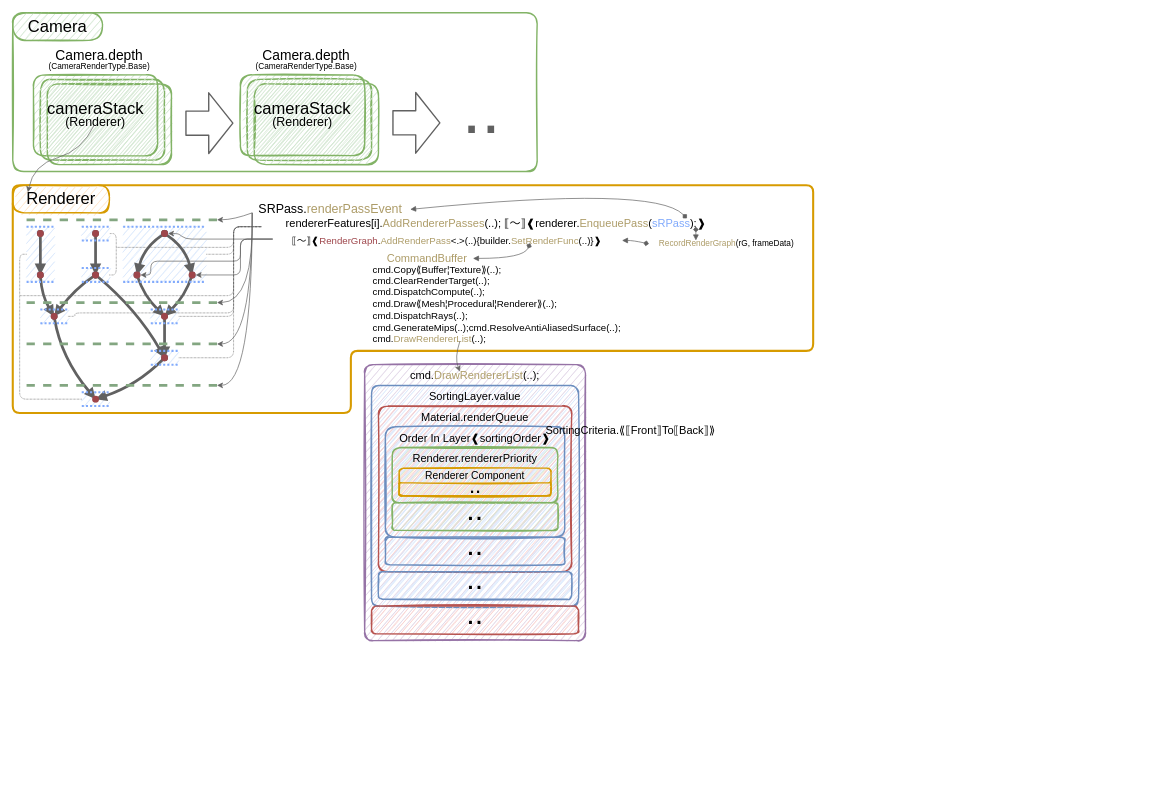
Earlier version of the draw.io diagram Unity_memo/Unityいろいろ/draw_io/Unity1/Unity1.drawio (asreia/Hub). Source tidied: cells renumbered, new cells numbered last; positions are measured from the earlier drawing's top-left corner, leaving out a move shared by most shapes. Both pictures are drawn from the tidied source at 69%, with x=0, y=0 at pixel (12, 12).
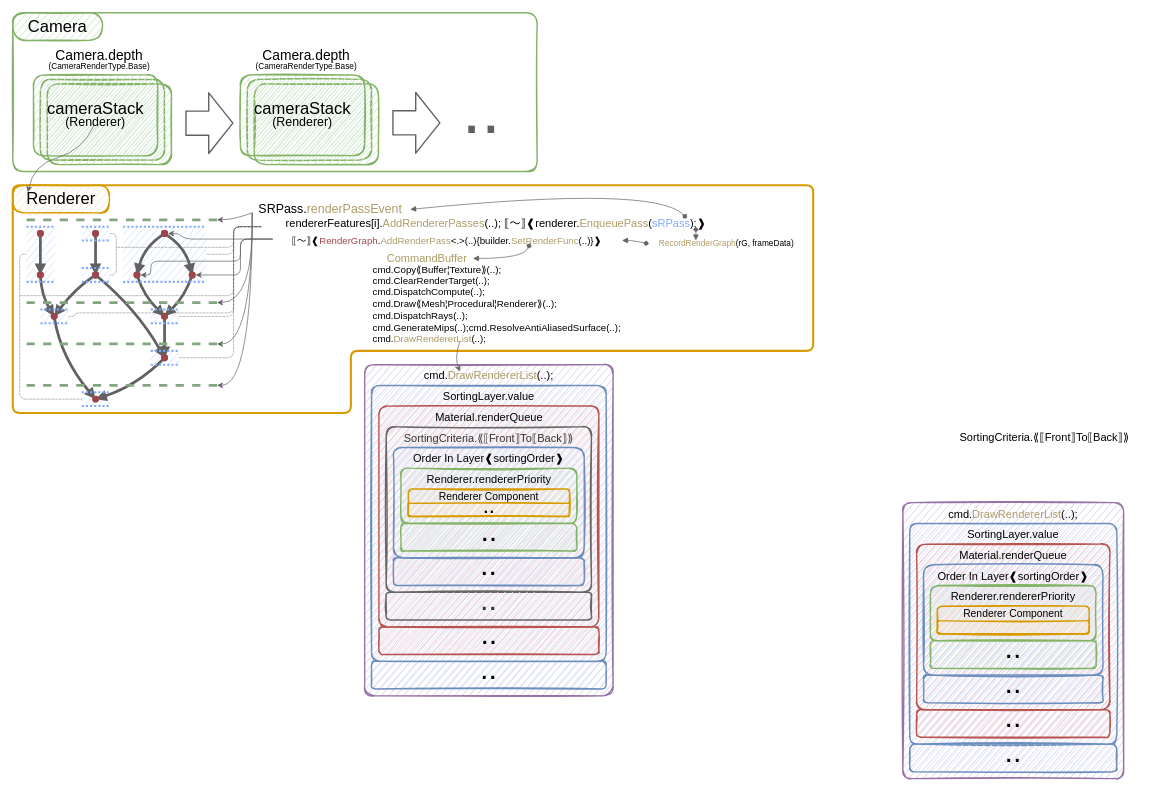
After the change.

What changed in the source:
```diff
@@
     <mxCell id="17" style="group;" parent="1" vertex="1">
-      <mxGeometry y="250" width="1160" height="330" as="geometry" />
+      <mxGeometry y="250" width="1200" height="740" as="geometry" />
     </mxCell>
@@
+    <mxCell id="113" style="group;" parent="17" vertex="1">
+      <mxGeometry x="520" y="290" width="350" height="450" as="geometry" />
+    </mxCell>
+    <mxCell id="114" style="group;" parent="113" vertex="1">
+      <mxGeometry width="350" height="450" as="geometry" />
+    </mxCell>
+    <mxCell id="115" value="cmd.&lt;font style=&quot;border-color: var(--border-color);&quot; color=&quot;#ad9c68&quot;&gt;DrawRendererList&lt;/font&gt;(..);" style="rounded=1;whiteSpace=wrap;html=1;fillColor=#e1d5e7;strokeColor=#9673a6;sketch=1;strokeWidth=2;shadow=0;fontFamily=UD デジタル 教科書体 NK-B;fontSize=16;arcSize=4;verticalAlign=top;" parent="114" vertex="1">
+      <mxGeometry x="-10" y="-30" width="360" height="480" as="geometry" />
+    </mxCell>
+    <mxCell id="116" value="SortingLayer.value" style="rounded=1;whiteSpace=wrap;html=1;fillColor=#dae8fc;strokeColor=#6c8ebf;sketch=1;strokeWidth=2;shadow=0;fontFamily=UD デジタル 教科書体 NK-B;fontSize=16;arcSize=4;verticalAlign=top;" parent="114" vertex="1">
+      <mxGeometry width="340" height="400" as="geometry" />
+    </mxCell>
+    <mxCell id="117" value="Material.renderQueue" style="rounded=1;whiteSpace=wrap;html=1;fillColor=#f8cecc;strokeColor=#b85450;sketch=1;strokeWidth=2;shadow=0;fontFamily=UD デジタル 教科書体 NK-B;fontSize=16;arcSize=4;verticalAlign=top;" parent="114" vertex="1">
+      <mxGeometry x="10.6" y="30" width="318.8" height="320" as="geometry" />
+    </mxCell>
+    <mxCell id="118" value="SortingCriteria.⟪⟦Front⟧To⟦Back⟧⟫" style="rounded=1;whiteSpace=wrap;html=1;fillColor=#f5f5f5;strokeColor=#666666;sketch=1;strokeWidth=2;shadow=0;fontFamily=UD デジタル 教科書体 NK-B;fontSize=16;verticalAlign=top;arcSize=6;fontColor=#333333;" parent="114" vertex="1">
+      <mxGeometry x="21.2" y="60" width="297.5" height="240" as="geometry" />
+    </mxCell>
+    <mxCell id="119" value="Order In Layer❰sortingOrder❱" style="rounded=1;whiteSpace=wrap;html=1;fillColor=#dae8fc;strokeColor=#6c8ebf;sketch=1;strokeWidth=2;shadow=0;fontFamily=UD デジタル 教科書体 NK-B;fontSize=16;verticalAlign=top;arcSize=9;" parent="114" vertex="1">
+      <mxGeometry x="31.9" y="90" width="276.2" height="160" as="geometry" />
+    </mxCell>
+    <mxCell id="120" value="Renderer.rendererPriority" style="rounded=1;whiteSpace=wrap;html=1;fillColor=#d5e8d4;strokeColor=#82b366;sketch=1;strokeWidth=2;shadow=0;fontFamily=UD デジタル 教科書体 NK-B;fontSize=16;verticalAlign=top;" parent="114" vertex="1">
+      <mxGeometry x="42.5" y="120" width="255" height="80" as="geometry" />
+    </mxCell>
+    <mxCell id="121" value="&lt;font style=&quot;font-size: 44px;&quot;&gt;..&lt;/font&gt;" style="rounded=1;whiteSpace=wrap;html=1;fillColor=#dae8fc;strokeColor=#6c8ebf;sketch=1;strokeWidth=2;shadow=0;fontFamily=UD デジタル 教科書体 NK-B;fontSize=16;verticalAlign=bottom;" parent="114" vertex="1">
+      <mxGeometry x="31.9" y="250" width="276.2" height="40" as="geometry" />
+    </mxCell>
+    <mxCell id="122" value="&lt;font style=&quot;font-size: 44px;&quot;&gt;..&lt;/font&gt;" style="rounded=1;whiteSpace=wrap;html=1;fillColor=#d5e8d4;strokeColor=#82b366;sketch=1;strokeWidth=2;shadow=0;fontFamily=UD デジタル 教科書体 NK-B;fontSize=16;verticalAlign=bottom;" parent="114" vertex="1">
+      <mxGeometry x="42.5" y="200" width="255" height="40" as="geometry" />
+    </mxCell>
+    <mxCell id="123" value="&lt;font style=&quot;font-size: 44px;&quot;&gt;..&lt;/font&gt;" style="rounded=1;whiteSpace=wrap;html=1;fillColor=#f5f5f5;strokeColor=#666666;sketch=1;strokeWidth=2;shadow=0;fontFamily=UD デジタル 教科書体 NK-B;fontSize=16;verticalAlign=bottom;fontColor=#333333;" parent="114" vertex="1">
+      <mxGeometry x="21.2" y="300" width="297.5" height="40" as="geometry" />
+    </mxCell>
+    <mxCell id="124" value="&lt;font style=&quot;font-size: 44px;&quot;&gt;..&lt;/font&gt;" style="rounded=1;whiteSpace=wrap;html=1;fillColor=#f8cecc;strokeColor=#b85450;sketch=1;strokeWidth=2;shadow=0;fontFamily=UD デジタル 教科書体 NK-B;fontSize=16;verticalAlign=bottom;" parent="114" vertex="1">
+      <mxGeometry x="10.6" y="350" width="318.8" height="40" as="geometry" />
+    </mxCell>
+    <mxCell id="125" value="&lt;p style=&quot;line-height: 140%;&quot;&gt;&lt;font style=&quot;font-size: 15px;&quot;&gt;Renderer Component&lt;/font&gt;&lt;/p&gt;" style="rounded=1;whiteSpace=wrap;html=1;fillColor=#ffe6cc;strokeColor=#d79b00;sketch=1;strokeWidth=2;shadow=0;fontFamily=UD デジタル 教科書体 NK-B;fontSize=16;verticalAlign=bottom;" parent="114" vertex="1">
+      <mxGeometry x="53.1" y="150" width="233.8" height="40" as="geometry" />
+    </mxCell>
+    <mxCell id="126" value="&lt;p style=&quot;line-height: 100%;&quot;&gt;&lt;br&gt;&lt;/p&gt;" style="rounded=1;whiteSpace=wrap;html=1;fillColor=#ffe6cc;strokeColor=#d79b00;sketch=1;strokeWidth=2;shadow=0;fontFamily=UD デジタル 教科書体 NK-B;fontSize=16;verticalAlign=middle;" parent="114" vertex="1">
+      <mxGeometry x="53.1" y="171" width="233.8" height="19" as="geometry" />
+    </mxCell>
+    <mxCell id="127" value="&lt;font style=&quot;font-size: 44px;&quot;&gt;..&lt;/font&gt;" style="rounded=1;whiteSpace=wrap;html=1;fillColor=#dae8fc;strokeColor=#6c8ebf;sketch=1;strokeWidth=2;shadow=0;fontFamily=UD デジタル 教科書体 NK-B;fontSize=16;verticalAlign=bottom;" parent="113" vertex="1">
+      <mxGeometry y="400" width="340" height="40" as="geometry" />
+    </mxCell>
@@
     <mxCell id="98" style="group;" parent="1" vertex="1">
-      <mxGeometry x="510" y="510" width="320" height="400" as="geometry" />
+      <mxGeometry x="1290" y="710" width="320" height="400" as="geometry" />
     </mxCell>
@@
-    <mxCell id="106" value="&lt;font style=&quot;font-size: 44px;&quot;&gt;..&lt;/font&gt;" style="rounded=1;whiteSpace=wrap;html=1;fillColor=#dae8fc;strokeColor=#6c8ebf;sketch=1;strokeWidth=2;shadow=0;fontFamily=UD デジタル 教科書体 NK-B;fontSize=16;verticalAlign=bottom;" parent="98" vertex="1">
+    <mxCell id="106" value="&lt;font style=&quot;font-size: 44px;&quot;&gt;..&lt;/font&gt;" style="rounded=1;whiteSpace=wrap;html=1;fillColor=#f8cecc;strokeColor=#b85450;sketch=1;strokeWidth=2;shadow=0;fontFamily=UD デジタル 教科書体 NK-B;fontSize=16;verticalAlign=bottom;" parent="98" vertex="1">
       <mxGeometry x="20" y="300" width="280" height="40" as="geometry" />
     </mxCell>
-    <mxCell id="107" value="&lt;font style=&quot;font-size: 44px;&quot;&gt;..&lt;/font&gt;" style="rounded=1;whiteSpace=wrap;html=1;fillColor=#f8cecc;strokeColor=#b85450;sketch=1;strokeWidth=2;shadow=0;fontFamily=UD デジタル 教科書体 NK-B;fontSize=16;verticalAlign=bottom;" parent="98" vertex="1">
+    <mxCell id="107" value="&lt;font style=&quot;font-size: 44px;&quot;&gt;..&lt;/font&gt;" style="rounded=1;whiteSpace=wrap;html=1;fillColor=#dae8fc;strokeColor=#6c8ebf;sketch=1;strokeWidth=2;shadow=0;fontFamily=UD デジタル 教科書体 NK-B;fontSize=16;verticalAlign=bottom;" parent="98" vertex="1">
       <mxGeometry x="10" y="350" width="300" height="40" as="geometry" />
     </mxCell>
@@
     <mxCell id="111" value="&lt;font style=&quot;font-size: 32px;&quot; face=&quot;UD デジタル 教科書体 NK-B&quot;&gt;..&lt;/font&gt;" style="text;html=1;align=center;verticalAlign=middle;strokeColor=none;fillColor=none;" parent="1" vertex="1">
-      <mxGeometry x="645" y="660" width="50" height="50" as="geometry" />
+      <mxGeometry x="665" y="690" width="50" height="50" as="geometry" />
     </mxCell>
     <mxCell id="112" value="&lt;font style=&quot;font-size: 16px;&quot; face=&quot;UD デジタル 教科書体 NK-B&quot;&gt;SortingCriteria.⟪⟦Front⟧To⟦Back⟧⟫&lt;/font&gt;" style="text;html=1;align=center;verticalAlign=middle;strokeColor=none;fillColor=none;" parent="1" vertex="1">
-      <mxGeometry x="740" y="590" width="310" height="30" as="geometry" />
+      <mxGeometry x="1340" y="600" width="310" height="30" as="geometry" />
     </mxCell>
```
